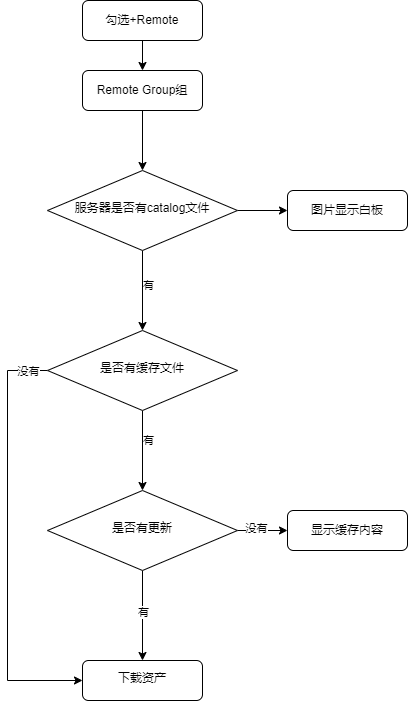
coffeeofnosugar/hexo keeps this draw.io diagram as source/images/unity/热更新学习笔记/热更新/Remote Group热更新.drawio.png. Above is the earlier version. Source tidied: cells renumbered, new cells last; positions are measured from the earlier drawing's top-left corner, leaving out a move shared by most shapes.
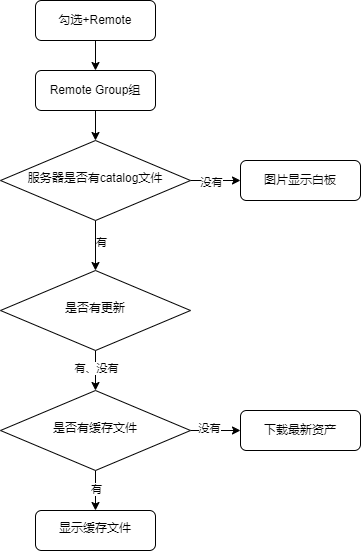
Above is the later version.

Commit message:
流程图修改

Diff of the diagram source:
```diff
@@ -17,11 +17,14 @@
     <mxCell id="6" style="edgeStyle=orthogonalEdgeStyle;rounded=0;jettySize=auto;html=1;" parent="1" edge="1" source="7" target="8">
       <mxGeometry relative="1" as="geometry" />
     </mxCell>
+    <mxCell id="14" value="没有" style="edgeLabel;html=1;align=center;verticalAlign=middle;" parent="6" vertex="1">
+      <mxGeometry x="-0.2" y="-1" relative="1" as="geometry" />
+    </mxCell>
     <mxCell id="7" value="服务器是否有catalog文件" style="rhombus;whiteSpace=wrap;html=1;shadow=0;fontFamily=Helvetica;fontSize=12;align=center;strokeWidth=1;spacing=6;spacingTop=-4;" parent="1" vertex="1">
-      <mxGeometry x="40" y="170" width="190" height="80" as="geometry" />
+      <mxGeometry x="40" y="140" width="190" height="80" as="geometry" />
     </mxCell>
     <mxCell id="8" value="图片显示白板" style="rounded=1;whiteSpace=wrap;html=1;fontSize=12;glass=0;strokeWidth=1;shadow=0;" parent="1" vertex="1">
-      <mxGeometry x="280" y="190" width="120" height="40" as="geometry" />
+      <mxGeometry x="280" y="160" width="120" height="40" as="geometry" />
     </mxCell>
     <mxCell id="9" style="edgeStyle=orthogonalEdgeStyle;rounded=0;jettySize=auto;html=1;" parent="1" edge="1" source="10" target="7">
       <mxGeometry relative="1" as="geometry" />
@@ -32,22 +35,11 @@
     <mxCell id="11" style="edgeStyle=orthogonalEdgeStyle;rounded=0;jettySize=auto;html=1;" parent="1" edge="1" source="15" target="20">
       <mxGeometry relative="1" as="geometry" />
     </mxCell>
-    <mxCell id="12" value="有" style="edgeLabel;html=1;align=center;verticalAlign=middle;" parent="11" vertex="1">
-      <mxGeometry x="-0.28" y="5" relative="1" as="geometry" />
-    </mxCell>
-    <mxCell id="13" style="edgeStyle=orthogonalEdgeStyle;rounded=0;jettySize=auto;html=1;entryX=0;entryY=0.5;entryDx=0;entryDy=0;" parent="1" edge="1" source="15" target="21">
-      <mxGeometry relative="1" as="geometry">
-        <Array as="points">
-          <mxPoint y="370" />
-          <mxPoint y="680" />
-        </Array>
-      </mxGeometry>
-    </mxCell>
-    <mxCell id="14" value="没有" style="edgeLabel;html=1;align=center;verticalAlign=middle;" parent="13" vertex="1">
-      <mxGeometry x="-0.91" relative="1" as="geometry" />
-    </mxCell>
+    <mxCell id="23" value="有、没有" style="edgeLabel;html=1;align=center;verticalAlign=middle;" parent="11" vertex="1">
+      <mxGeometry x="-0.15" relative="1" as="geometry" />
+    </mxCell>
-    <mxCell id="15" value="是否有缓存文件" style="rhombus;whiteSpace=wrap;html=1;shadow=0;fontFamily=Helvetica;fontSize=12;align=center;strokeWidth=1;spacing=6;spacingTop=-4;" parent="1" vertex="1">
-      <mxGeometry x="40" y="330" width="190" height="80" as="geometry" />
+    <mxCell id="15" value="是否有更新" style="rhombus;whiteSpace=wrap;html=1;shadow=0;fontFamily=Helvetica;fontSize=12;align=center;strokeWidth=1;spacing=6;spacingTop=-4;" parent="1" vertex="1">
+      <mxGeometry x="40" y="270" width="190" height="80" as="geometry" />
     </mxCell>
     <mxCell id="16" style="edgeStyle=orthogonalEdgeStyle;rounded=0;jettySize=auto;html=1;" parent="1" edge="1" source="20" target="21">
       <mxGeometry relative="1" as="geometry" />
@@ -61,14 +53,14 @@
     <mxCell id="19" value="没有" style="edgeLabel;html=1;align=center;verticalAlign=middle;" parent="18" vertex="1">
       <mxGeometry x="-0.27" y="3" relative="1" as="geometry" />
     </mxCell>
-    <mxCell id="20" value="是否有更新" style="rhombus;whiteSpace=wrap;html=1;shadow=0;fontFamily=Helvetica;fontSize=12;align=center;strokeWidth=1;spacing=6;spacingTop=-4;" parent="1" vertex="1">
-      <mxGeometry x="40" y="490" width="190" height="80" as="geometry" />
+    <mxCell id="20" value="是否有缓存文件" style="rhombus;whiteSpace=wrap;html=1;shadow=0;fontFamily=Helvetica;fontSize=12;align=center;strokeWidth=1;spacing=6;spacingTop=-4;" parent="1" vertex="1">
+      <mxGeometry x="40" y="390" width="190" height="80" as="geometry" />
     </mxCell>
-    <mxCell id="21" value="下载资产" style="rounded=1;whiteSpace=wrap;html=1;shadow=0;strokeWidth=1;spacing=6;spacingTop=-4;" parent="1" vertex="1">
-      <mxGeometry x="75" y="660" width="120" height="40" as="geometry" />
+    <mxCell id="21" value="显示缓存文件" style="rounded=1;whiteSpace=wrap;html=1;shadow=0;strokeWidth=1;spacing=6;spacingTop=-4;" parent="1" vertex="1">
+      <mxGeometry x="75" y="510" width="120" height="40" as="geometry" />
     </mxCell>
-    <mxCell id="22" value="显示缓存内容" style="rounded=1;whiteSpace=wrap;html=1;shadow=0;strokeWidth=1;spacing=2;spacingTop=0;" parent="1" vertex="1">
-      <mxGeometry x="280" y="510" width="120" height="40" as="geometry" />
+    <mxCell id="22" value="下载最新资产" style="rounded=1;whiteSpace=wrap;html=1;shadow=0;strokeWidth=1;spacing=2;spacingTop=0;" parent="1" vertex="1">
+      <mxGeometry x="280" y="410" width="120" height="40" as="geometry" />
     </mxCell>
   </root>
 </mxGraphModel>
```
